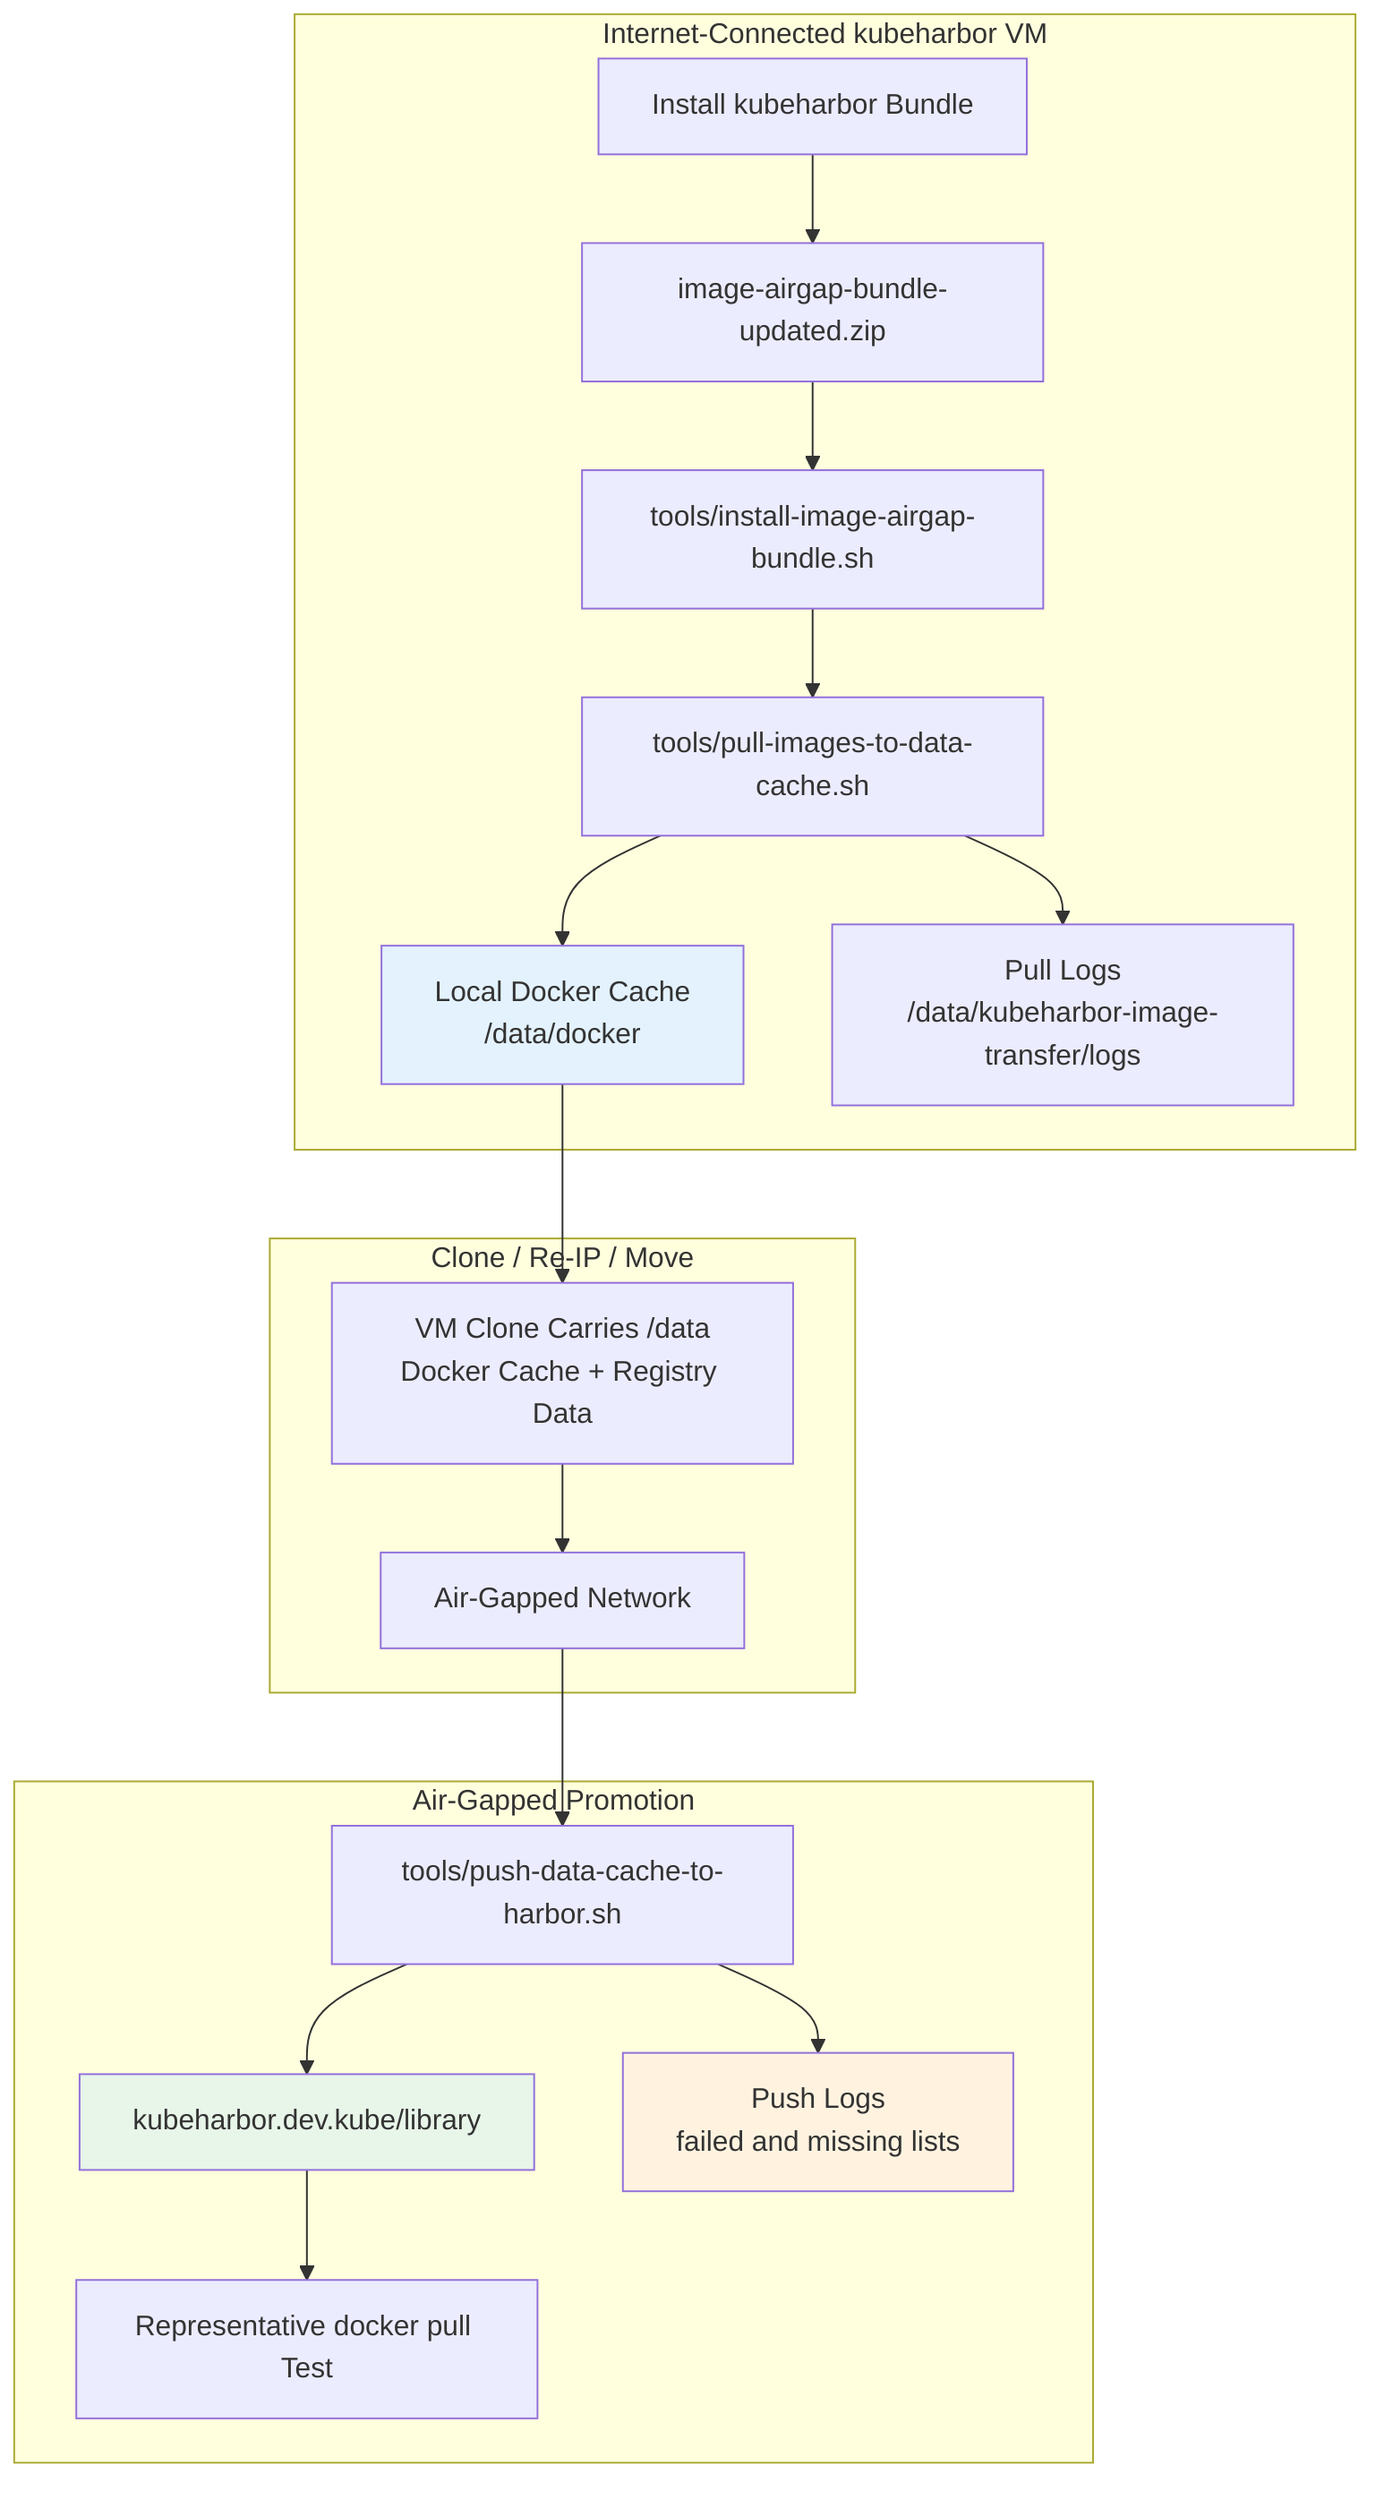
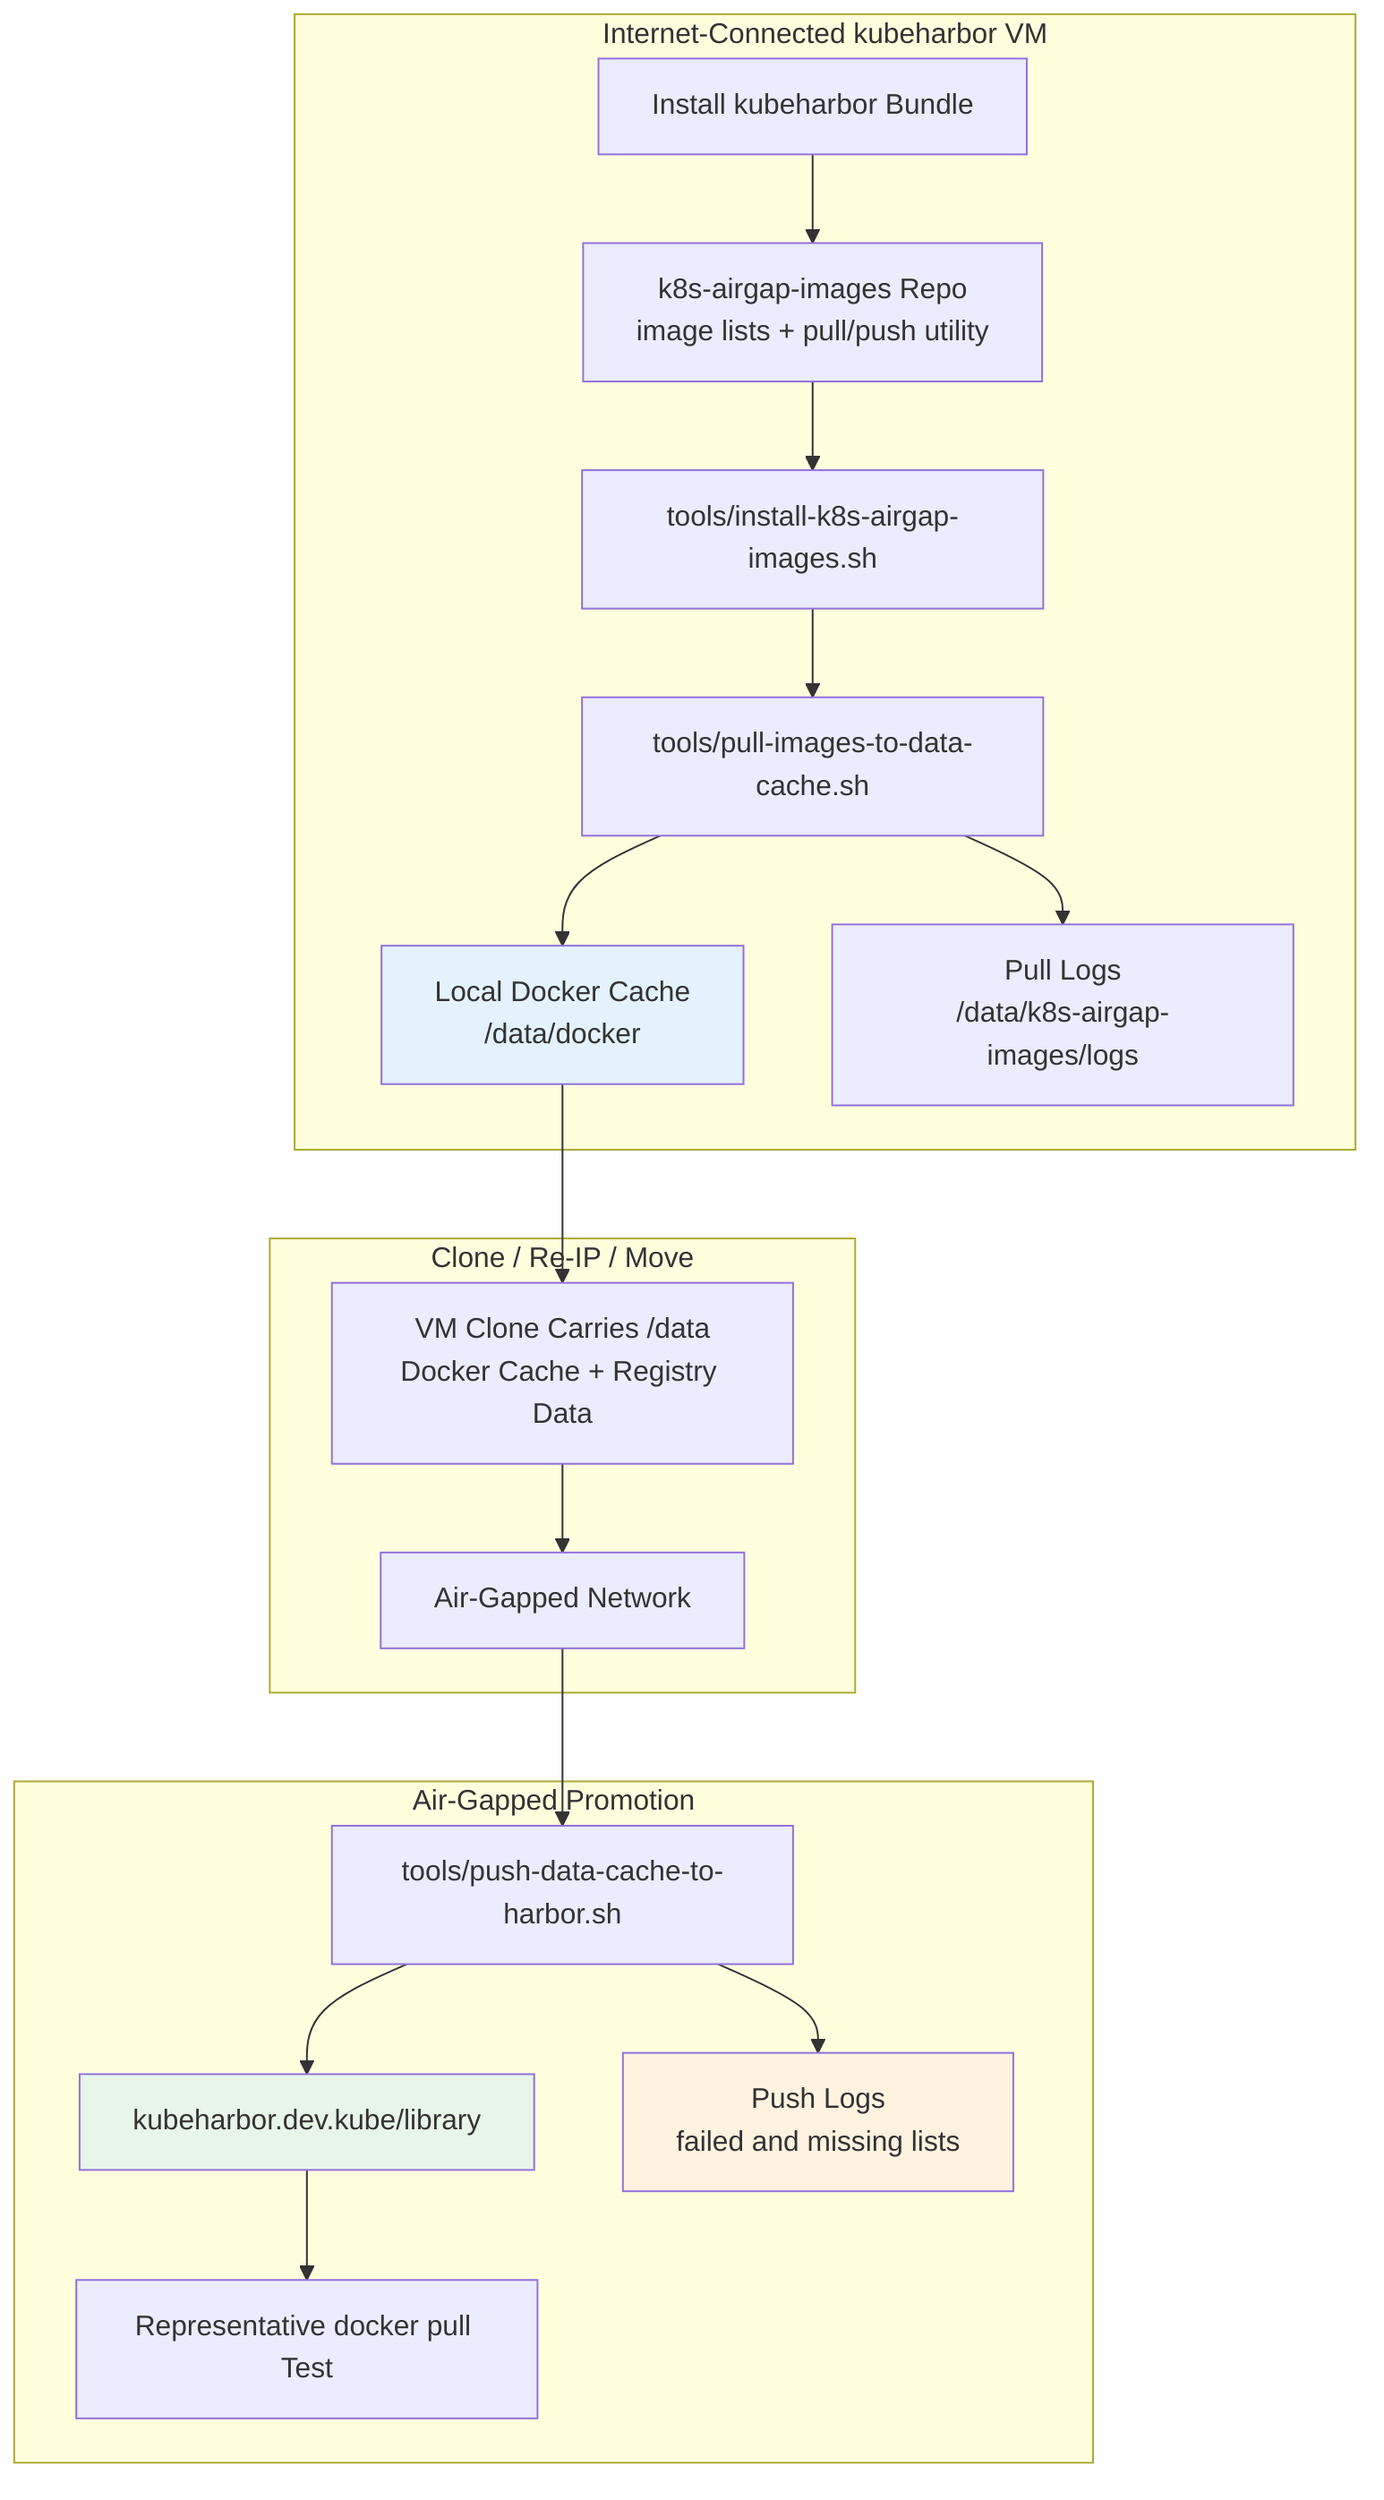
flowchart TB
    subgraph cluster_1_InternetVM["Internet-Connected kubeharbor VM"]
        InstallBundle["Install kubeharbor Bundle"]
-         ImageZip["image-airgap-bundle-updated.zip"]
-         ExtractUtility["tools/install-image-airgap-bundle.sh"]
+         K8sRepo["k8s-airgap-images Repo<br/>image lists + pull/push utility"]
+         StageUtility["tools/install-k8s-airgap-images.sh"]
        PullUtility["tools/pull-images-to-data-cache.sh"]
        LocalCache["Local Docker Cache<br/>/data/docker"]
-         PullLogs["Pull Logs<br/>/data/kubeharbor-image-transfer/logs"]
+         PullLogs["Pull Logs<br/>/data/k8s-airgap-images/logs"]
    end

    subgraph cluster_2_CloneMove["Clone / Re-IP / Move"]
        VMClone["VM Clone Carries /data<br/>Docker Cache + Registry Data"]
        AirGapNetwork["Air-Gapped Network"]
    end

    subgraph cluster_3_AirGapPromotion["Air-Gapped Promotion"]
        HarborTarget["kubeharbor.dev.kube/library"]
        PushUtility["tools/push-data-cache-to-harbor.sh"]
        PushLogs["Push Logs<br/>failed and missing lists"]
        PullTest["Representative docker pull Test"]
    end

-     InstallBundle --> ImageZip
-     ImageZip --> ExtractUtility
-     ExtractUtility --> PullUtility
+     InstallBundle --> K8sRepo
+     K8sRepo --> StageUtility
+     StageUtility --> PullUtility
    PullUtility --> LocalCache
    PullUtility --> PullLogs
    LocalCache --> VMClone
    VMClone --> AirGapNetwork
    AirGapNetwork --> PushUtility
    PushUtility --> HarborTarget
    PushUtility --> PushLogs
    HarborTarget --> PullTest

    style LocalCache fill:#e3f2fd
    style HarborTarget fill:#e8f5e9
    style PushLogs fill:#fff3e0
